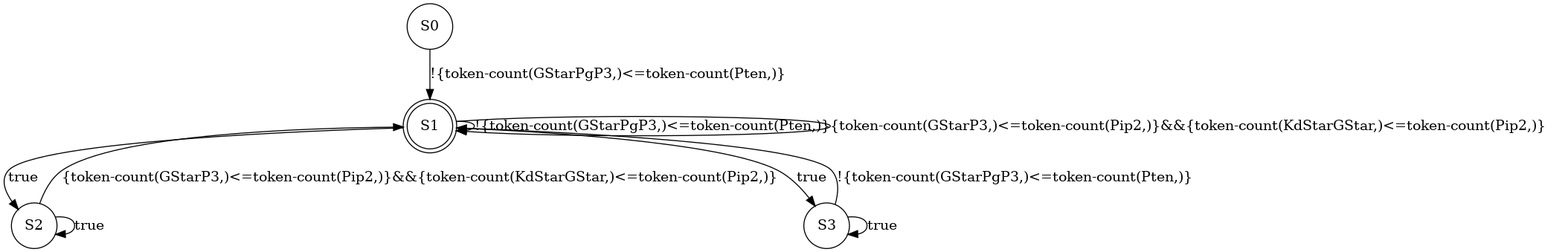
Earlier version of the Graphviz export cmake-build-debug/BA.png (Tj-Cong/EnPAC_2021_RD). Its source is kept beside it as cmake-build-debug/BA.dot. The source it was exported from:
```dot
digraph BA {
	S0 [shape=circle]
	S1 [shape=doublecircle]

	S0->S1 [label="!{t53,}"]
	S0->S1 [label="!{t36,}"]
	S0->S0 [label="true"]
	S1->S1 [label="true"]
}
```
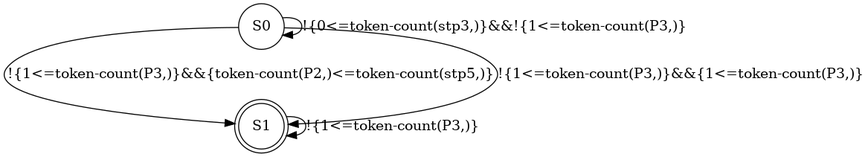
Later version of the same file.

What changed in the source:
```diff
@@ -1,9 +1,6 @@
 digraph BA {
-	S0 [shape=circle]
-	S1 [shape=doublecircle]
+	S0 [shape=doublecircle]
 
-	S0->S1 [label="!{t53,}"]
-	S0->S1 [label="!{t36,}"]
-	S0->S0 [label="true"]
-	S1->S1 [label="true"]
+	S0->S0 [label="!{k11,}"]
+	S0->S0 [label="!{k3,}"]
 }
```
